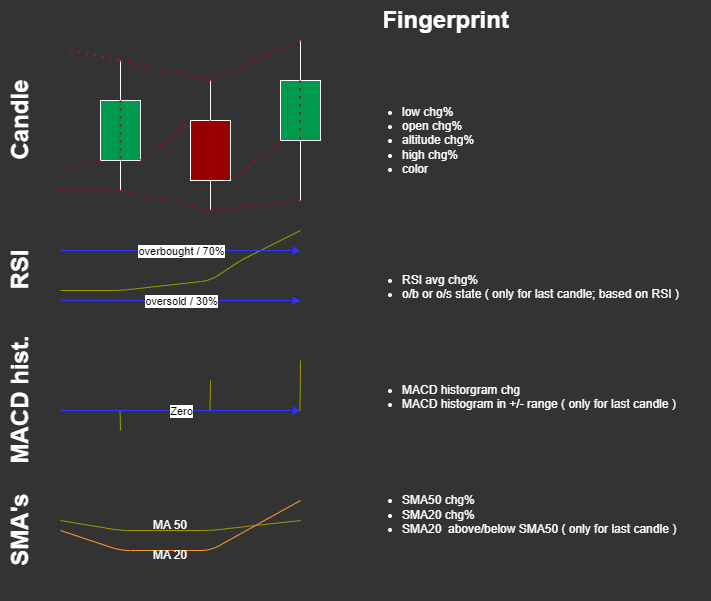
This is fingerprint_factors.png from LallerH/Stock-Price-Forecast-Tool, a draw.io export, as it was before one commit. Source tidied: cells renumbered, new cells last; positions are measured from the earlier drawing's top-left corner, leaving out a move shared by most shapes.
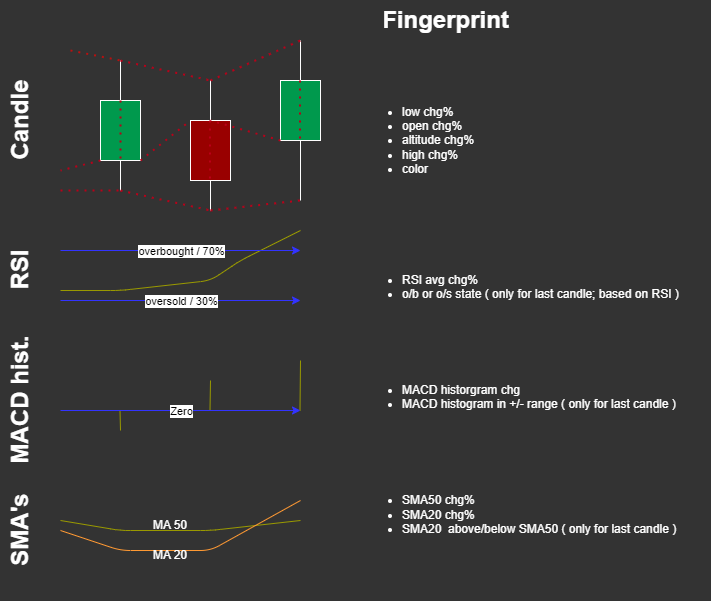
The same diagram one commit later.

The edit, as a diff of the source:
```diff
@@ -80,7 +80,7 @@
     <mxCell id="17" style="endArrow=none;dashed=1;html=1;dashPattern=1 3;strokeWidth=2;fillColor=#BF0208;strokeColor=#BA0019;exitX=1;exitY=1;exitDx=0;exitDy=0;entryX=0;entryY=0;entryDx=0;entryDy=0;" parent="1" edge="1" source="2" target="5">
       <mxGeometry relative="1" as="geometry" />
     </mxCell>
-    <mxCell id="18" style="endArrow=none;dashed=1;html=1;dashPattern=1 3;strokeWidth=2;fillColor=#BF0208;strokeColor=#BA0019;exitX=0;exitY=1;exitDx=0;exitDy=0;entryX=1;entryY=1;entryDx=0;entryDy=0;" parent="1" edge="1" source="8" target="5">
+    <mxCell id="18" style="endArrow=none;dashed=1;html=1;dashPattern=1 3;strokeWidth=2;fillColor=#BF0208;strokeColor=#BA0019;exitX=0;exitY=1;exitDx=0;exitDy=0;entryX=0.5;entryY=0;entryDx=0;entryDy=0;" parent="1" edge="1" source="8" target="5">
       <mxGeometry relative="1" as="geometry" />
     </mxCell>
     <mxCell id="19" style="endArrow=none;dashed=1;html=1;dashPattern=1 3;strokeWidth=2;fillColor=#BF0208;strokeColor=#BA0019;exitX=0;exitY=1;exitDx=0;exitDy=0;" parent="1" edge="1" source="2">
```
